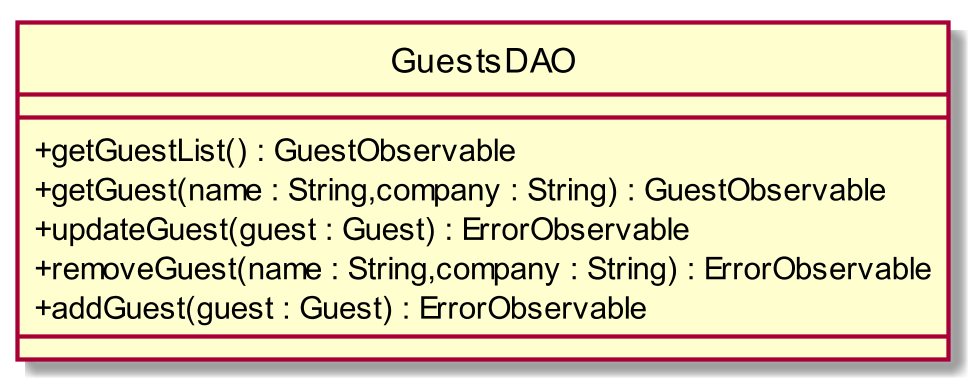
CoCodeSWE/Docs keeps this PlantUML diagram as RQ/Esterni/DefinizioneDiProdotto/images/ClassGuestsDAO.png. Above is the earlier version.
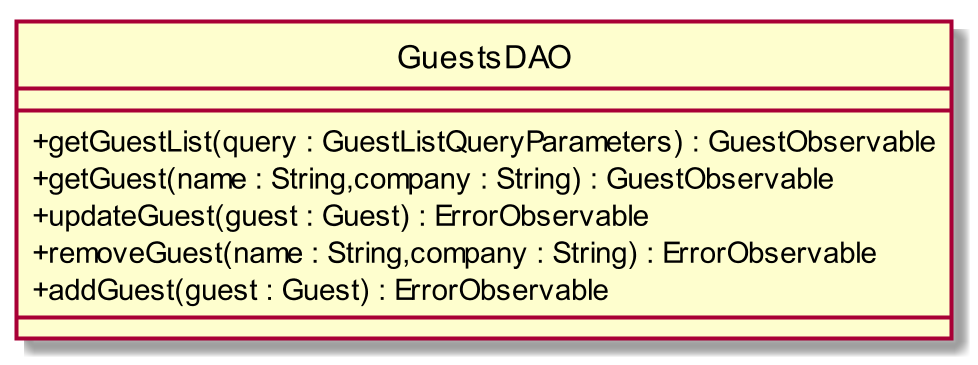
The same file after the commit.

The edit, as a diff of the source:
```diff
@@ -4,7 +4,7 @@
 interface GuestsDAO
 class GuestsDAO{
 __
-+ getGuestList() : GuestObservable
++ getGuestList(query : GuestListQueryParameters) : GuestObservable
 + getGuest(name : String,company : String) : GuestObservable
 + updateGuest(guest : Guest) : ErrorObservable
 + removeGuest(name : String,company : String) : ErrorObservable
```
